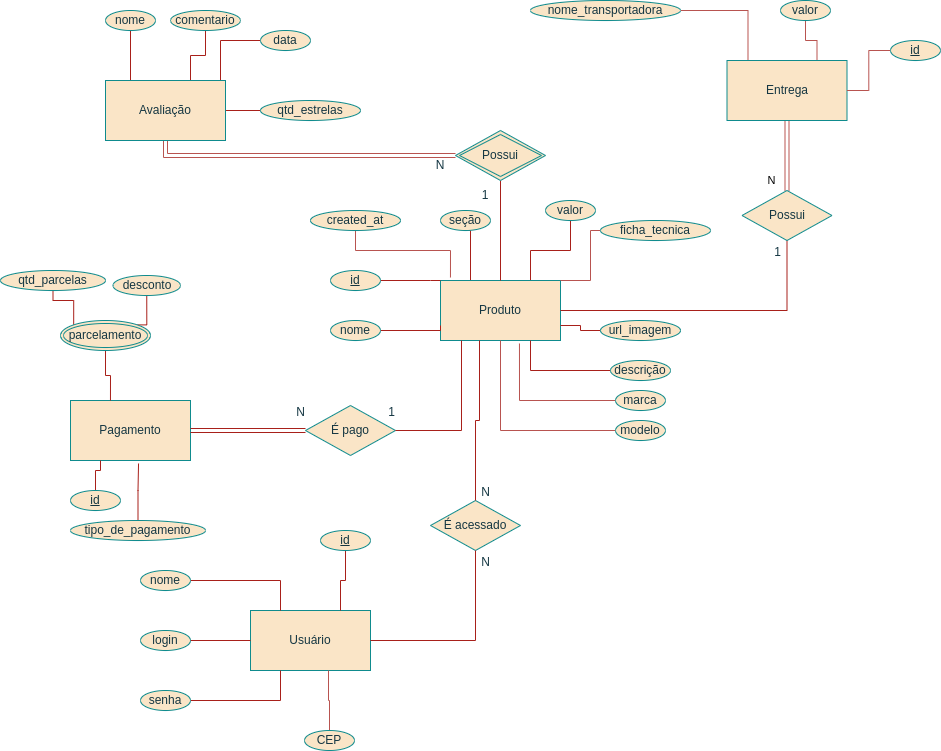
This is docs/diagrama_er.png from wallacy-sebastian/sistema-integracao-precos, a draw.io export, as it was before one commit. Source tidied: cells renumbered, new cells last; positions are measured from the earlier drawing's top-left corner, leaving out a move shared by most shapes.
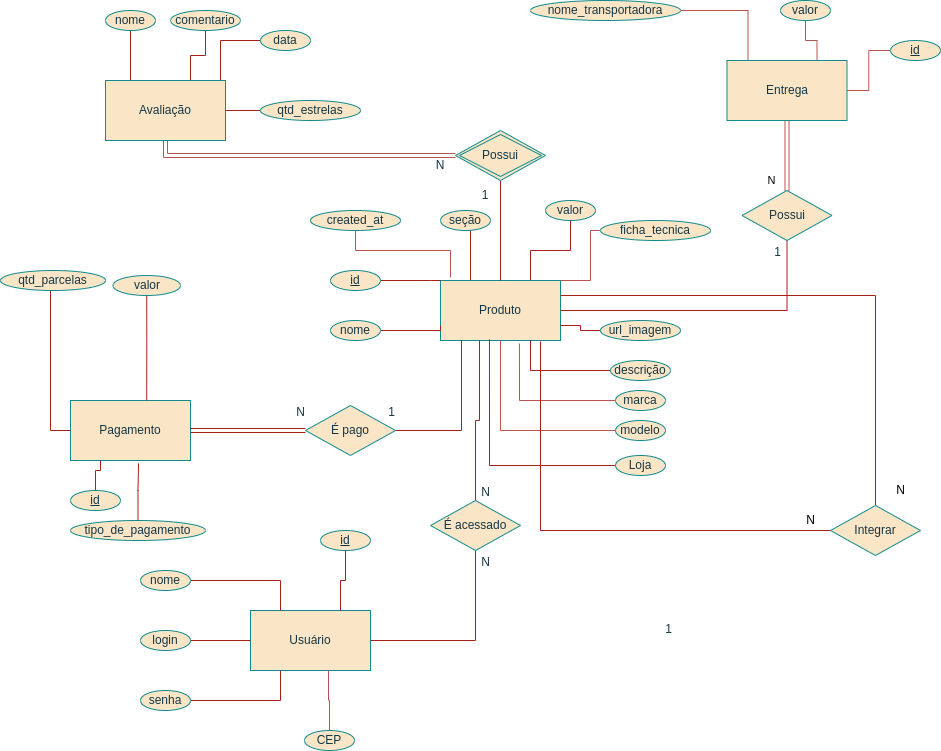
The same diagram one commit later.

The edit, as a diff of the source:
```diff
@@ -112,18 +112,6 @@
     <mxCell id="30" value="valor" style="ellipse;whiteSpace=wrap;html=1;align=center;fillColor=#FAE5C7;strokeColor=#0F8B8D;fontColor=#143642;" parent="1" vertex="1">
       <mxGeometry x="545" y="200" width="50" height="20" as="geometry" />
     </mxCell>
-    <mxCell id="31" style="edgeStyle=orthogonalEdgeStyle;rounded=0;jettySize=auto;html=1;entryX=0.333;entryY=0;entryDx=0;entryDy=0;entryPerimeter=0;endArrow=none;endFill=0;labelBackgroundColor=#DAD2D8;strokeColor=#A8201A;fontColor=#143642;" parent="1" edge="1" source="34" target="25">
-      <mxGeometry relative="1" as="geometry" />
-    </mxCell>
-    <mxCell id="32" style="edgeStyle=orthogonalEdgeStyle;rounded=0;jettySize=auto;html=1;exitX=1;exitY=0;exitDx=0;exitDy=0;entryX=0.5;entryY=1;entryDx=0;entryDy=0;endArrow=none;endFill=0;labelBackgroundColor=#DAD2D8;strokeColor=#A8201A;fontColor=#143642;" parent="1" edge="1" source="34" target="68">
-      <mxGeometry relative="1" as="geometry" />
-    </mxCell>
-    <mxCell id="33" style="edgeStyle=orthogonalEdgeStyle;rounded=0;jettySize=auto;html=1;exitX=0;exitY=0;exitDx=0;exitDy=0;entryX=0.5;entryY=1;entryDx=0;entryDy=0;endArrow=none;endFill=0;labelBackgroundColor=#DAD2D8;strokeColor=#A8201A;fontColor=#143642;" parent="1" edge="1" source="34" target="67">
-      <mxGeometry relative="1" as="geometry" />
-    </mxCell>
-    <mxCell id="34" value="parcelamento" style="ellipse;shape=doubleEllipse;margin=3;whiteSpace=wrap;html=1;align=center;fillColor=#FAE5C7;strokeColor=#0F8B8D;fontColor=#143642;" parent="1" vertex="1">
-      <mxGeometry x="60" y="320" width="90" height="30" as="geometry" />
-    </mxCell>
     <mxCell id="35" style="edgeStyle=orthogonalEdgeStyle;rounded=0;jettySize=auto;html=1;endArrow=none;endFill=0;entryX=0.175;entryY=0;entryDx=0;entryDy=0;entryPerimeter=0;fillColor=#f8cecc;strokeColor=#b85450;" parent="1" edge="1" source="36" target="70">
       <mxGeometry relative="1" as="geometry" />
     </mxCell>
@@ -242,10 +230,20 @@
     <mxCell id="66" value="seção" style="ellipse;whiteSpace=wrap;html=1;align=center;fillColor=#FAE5C7;strokeColor=#0F8B8D;fontColor=#143642;" parent="1" vertex="1">
       <mxGeometry x="440" y="210" width="50" height="20" as="geometry" />
     </mxCell>
+    <mxCell id="80" style="edgeStyle=orthogonalEdgeStyle;rounded=0;jettySize=auto;html=1;entryX=0;entryY=0.5;entryDx=0;entryDy=0;endArrow=none;endFill=0;strokeColor=#A8201A;" parent="1" edge="1" source="67" target="25">
+      <mxGeometry relative="1" as="geometry">
+        <Array as="points">
+          <mxPoint x="50" y="430" />
+        </Array>
+      </mxGeometry>
+    </mxCell>
     <mxCell id="67" value="qtd_parcelas" style="ellipse;whiteSpace=wrap;html=1;align=center;fillColor=#FAE5C7;strokeColor=#0F8B8D;fontColor=#143642;" parent="1" vertex="1">
       <mxGeometry y="270" width="105" height="20" as="geometry" />
     </mxCell>
+    <mxCell id="81" style="edgeStyle=orthogonalEdgeStyle;rounded=0;jettySize=auto;html=1;entryX=0.635;entryY=0;entryDx=0;entryDy=0;entryPerimeter=0;endArrow=none;endFill=0;strokeColor=#A8201A;" parent="1" edge="1" source="68" target="25">
+      <mxGeometry relative="1" as="geometry" />
+    </mxCell>
-    <mxCell id="68" value="desconto" style="ellipse;whiteSpace=wrap;html=1;align=center;fillColor=#FAE5C7;strokeColor=#0F8B8D;fontColor=#143642;" parent="1" vertex="1">
+    <mxCell id="68" value="valor" style="ellipse;whiteSpace=wrap;html=1;align=center;fillColor=#FAE5C7;strokeColor=#0F8B8D;fontColor=#143642;" parent="1" vertex="1">
       <mxGeometry x="112.5" y="275" width="67.5" height="20" as="geometry" />
     </mxCell>
     <mxCell id="69" value="N" style="edgeStyle=orthogonalEdgeStyle;rounded=0;jettySize=auto;html=1;entryX=0.5;entryY=0;entryDx=0;entryDy=0;endArrow=none;endFill=0;fillColor=#f8cecc;strokeColor=#b85450;shape=link;" parent="1" edge="1" source="70">
@@ -292,5 +290,41 @@
     <mxCell id="79" value="CEP" style="ellipse;whiteSpace=wrap;html=1;align=center;fillColor=#FAE5C7;strokeColor=#0F8B8D;fontColor=#143642;" parent="1" vertex="1">
       <mxGeometry x="304" y="730" width="50" height="20" as="geometry" />
     </mxCell>
+    <mxCell id="82" value="1" style="html=1;align=right;verticalAlign=bottom;fillColor=#FAE5C7;strokeColor=#0F8B8D;fontColor=#143642;" parent="1" vertex="1">
+      <mxGeometry x="405" y="430" as="geometry">
+        <mxPoint x="267" y="207" as="offset" />
+      </mxGeometry>
+    </mxCell>
+    <mxCell id="83" style="edgeStyle=orthogonalEdgeStyle;rounded=0;jettySize=auto;html=1;entryX=0.408;entryY=0.983;entryDx=0;entryDy=0;entryPerimeter=0;endArrow=none;endFill=0;strokeColor=#A8201A;" parent="1" edge="1" source="84" target="4">
+      <mxGeometry relative="1" as="geometry" />
+    </mxCell>
+    <mxCell id="84" value="Loja" style="ellipse;whiteSpace=wrap;html=1;align=center;fillColor=#FAE5C7;strokeColor=#0F8B8D;fontColor=#143642;" parent="1" vertex="1">
+      <mxGeometry x="615" y="455" width="50" height="20" as="geometry" />
+    </mxCell>
+    <mxCell id="85" style="edgeStyle=orthogonalEdgeStyle;rounded=0;jettySize=auto;html=1;endArrow=none;endFill=0;strokeColor=#A8201A;" parent="1" edge="1" source="87">
+      <mxGeometry relative="1" as="geometry">
+        <mxPoint x="540" y="341" as="targetPoint" />
+        <Array as="points">
+          <mxPoint x="540" y="530" />
+          <mxPoint x="540" y="341" />
+        </Array>
+      </mxGeometry>
+    </mxCell>
+    <mxCell id="86" style="edgeStyle=orthogonalEdgeStyle;rounded=0;jettySize=auto;html=1;entryX=1;entryY=0.25;entryDx=0;entryDy=0;endArrow=none;endFill=0;strokeColor=#A8201A;" parent="1" edge="1" source="87" target="4">
+      <mxGeometry relative="1" as="geometry">
+        <Array as="points">
+          <mxPoint x="875" y="295" />
+        </Array>
+      </mxGeometry>
+    </mxCell>
+    <mxCell id="87" value="Integrar" style="shape=rhombus;perimeter=rhombusPerimeter;whiteSpace=wrap;html=1;align=center;fillColor=#FAE5C7;strokeColor=#0F8B8D;fontColor=#143642;" parent="1" vertex="1">
+      <mxGeometry x="830" y="505" width="90" height="50" as="geometry" />
+    </mxCell>
+    <mxCell id="88" value="N" style="text;html=1;align=center;verticalAlign=middle;strokeColor=none;fillColor=none;" parent="1" vertex="1">
+      <mxGeometry x="800" y="510" width="20" height="20" as="geometry" />
+    </mxCell>
+    <mxCell id="89" value="N" style="text;html=1;align=center;verticalAlign=middle;strokeColor=none;fillColor=none;" parent="1" vertex="1">
+      <mxGeometry x="890" y="480" width="20" height="20" as="geometry" />
+    </mxCell>
   </root>
 </mxGraphModel>
```
